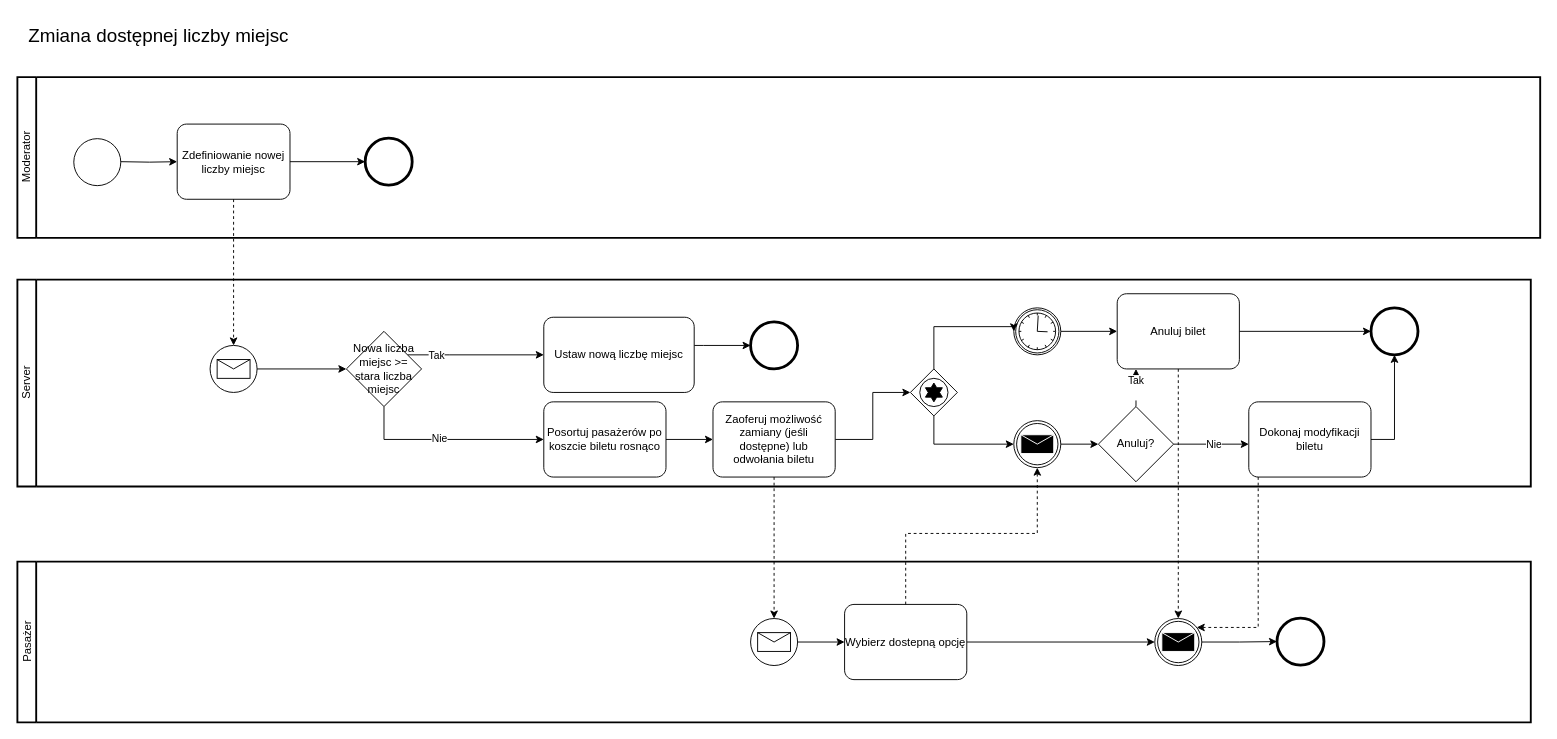
Earlier version of the draw.io diagram bpmnDiagrams/ZmianaLiczbyMIejsc.drawio (ajankowi/Mikrosystemy). Source tidied: cells renumbered, new cells numbered last; positions are measured from the earlier drawing's top-left corner, leaving out a move shared by most shapes. Both pictures are drawn from the tidied source at 94%, with x=0, y=0 at pixel (17, 16).
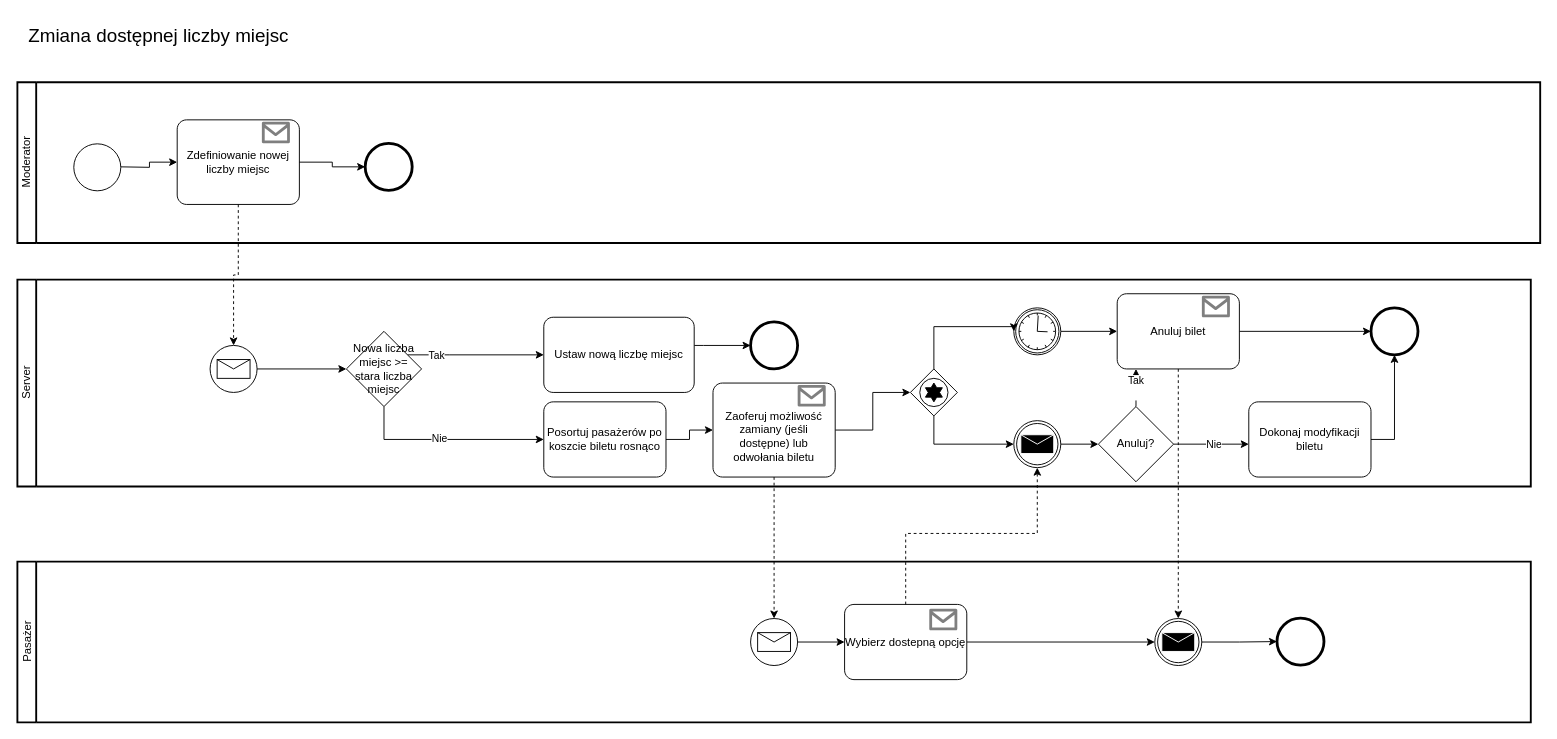
After the change.

Commit message:
update zmiana liczby miejsc

The change refers to these unchanged cells:
```xml
<mxCell id="9" value="Server" style="swimlane;html=1;startSize=20;fontStyle=0;horizontal=0;swimlaneLine=1;swimlaneFillColor=#ffffff;strokeWidth=2;" parent="1" vertex="1">
  <mxGeometry y="280" width="1610" height="220" as="geometry" />
</mxCell>
<mxCell id="35" value="Dokonaj modyfikacji biletu" style="points=[[0.25,0,0],[0.5,0,0],[0.75,0,0],[1,0.25,0],[1,0.5,0],[1,0.75,0],[0.75,1,0],[0.5,1,0],[0.25,1,0],[0,0.75,0],[0,0.5,0],[0,0.25,0]];shape=mxgraph.bpmn.task;whiteSpace=wrap;rectStyle=rounded;size=10;taskMarker=abstract;fontSize=12;" parent="9" vertex="1">
  <mxGeometry x="1310" y="130" width="130" height="80" as="geometry" />
</mxCell>
<mxCell id="42" value="Pasażer" style="swimlane;html=1;startSize=20;fontStyle=0;horizontal=0;swimlaneLine=1;swimlaneFillColor=#ffffff;strokeWidth=2;" parent="1" vertex="1">
  <mxGeometry y="580" width="1610" height="171" as="geometry" />
</mxCell>
<mxCell id="48" style="points=[[0.145,0.145,0],[0.5,0,0],[0.855,0.145,0],[1,0.5,0],[0.855,0.855,0],[0.5,1,0],[0.145,0.855,0],[0,0.5,0]];shape=mxgraph.bpmn.event;html=1;verticalLabelPosition=bottom;labelBackgroundColor=#ffffff;verticalAlign=top;align=center;perimeter=ellipsePerimeter;outlineConnect=0;outline=throwing;symbol=message;" parent="42" vertex="1">
  <mxGeometry x="1210" y="60.5" width="50" height="50" as="geometry" />
</mxCell>
```

The edit, as a diff of the source:
```diff
@@
     <mxCell id="2" value="Moderator" style="swimlane;html=1;startSize=20;fontStyle=0;horizontal=0;swimlaneLine=1;swimlaneFillColor=#ffffff;strokeWidth=2;" parent="1" vertex="1">
-      <mxGeometry y="64.5" width="1620" height="171" as="geometry" />
+      <mxGeometry y="70" width="1620" height="171" as="geometry" />
     </mxCell>
     <mxCell id="3" value="Zdefiniowanie nowej liczby miejsc" style="points=[[0.25,0,0],[0.5,0,0],[0.75,0,0],[1,0.25,0],[1,0.5,0],[1,0.75,0],[0.75,1,0],[0.5,1,0],[0.25,1,0],[0,0.75,0],[0,0.5,0],[0,0.25,0]];shape=mxgraph.bpmn.task;whiteSpace=wrap;rectStyle=rounded;size=10;taskMarker=abstract;fontSize=12;" parent="2" vertex="1">
-      <mxGeometry x="170" y="50" width="120" height="80" as="geometry" />
+      <mxGeometry x="170" y="40" width="130" height="90" as="geometry" />
     </mxCell>
@@
+    <mxCell id="55" style="verticalLabelPosition=bottom;html=1;verticalAlign=top;align=center;strokeColor=none;fillColor=#000000;shape=mxgraph.azure.message;" parent="2" vertex="1">
+      <mxGeometry x="260" y="42" width="30" height="23" as="geometry" />
+    </mxCell>
@@
-    <mxCell id="21" value="Zaoferuj możliwość zamiany (jeśli dostępne) lub odwołania biletu" style="points=[[0.25,0,0],[0.5,0,0],[0.75,0,0],[1,0.25,0],[1,0.5,0],[1,0.75,0],[0.75,1,0],[0.5,1,0],[0.25,1,0],[0,0.75,0],[0,0.5,0],[0,0.25,0]];shape=mxgraph.bpmn.task;whiteSpace=wrap;rectStyle=rounded;size=10;taskMarker=abstract;fontSize=12;" parent="9" vertex="1">
-      <mxGeometry x="740" y="130" width="130" height="80" as="geometry" />
+    <mxCell id="21" value="&#10;Zaoferuj możliwość zamiany (jeśli dostępne) lub odwołania biletu" style="points=[[0.25,0,0],[0.5,0,0],[0.75,0,0],[1,0.25,0],[1,0.5,0],[1,0.75,0],[0.75,1,0],[0.5,1,0],[0.25,1,0],[0,0.75,0],[0,0.5,0],[0,0.25,0]];shape=mxgraph.bpmn.task;whiteSpace=wrap;rectStyle=rounded;size=10;taskMarker=abstract;fontSize=12;" parent="9" vertex="1">
+      <mxGeometry x="740" y="110" width="130" height="100" as="geometry" />
     </mxCell>
@@
+    <mxCell id="56" style="verticalLabelPosition=bottom;html=1;verticalAlign=top;align=center;strokeColor=none;fillColor=#000000;shape=mxgraph.azure.message;" parent="9" vertex="1">
+      <mxGeometry x="830" y="112" width="30" height="23" as="geometry" />
+    </mxCell>
+    <mxCell id="57" style="verticalLabelPosition=bottom;html=1;verticalAlign=top;align=center;strokeColor=none;fillColor=#000000;shape=mxgraph.azure.message;" parent="9" vertex="1">
+      <mxGeometry x="1260" y="17" width="30" height="23" as="geometry" />
+    </mxCell>
@@
+    <mxCell id="58" style="verticalLabelPosition=bottom;html=1;verticalAlign=top;align=center;strokeColor=none;fillColor=#000000;shape=mxgraph.azure.message;" parent="42" vertex="1">
+      <mxGeometry x="970" y="50" width="30" height="23" as="geometry" />
+    </mxCell>
@@
-    <mxCell id="54" style="edgeStyle=orthogonalEdgeStyle;rounded=0;jettySize=auto;html=1;dashed=1;" parent="1" edge="1" source="35" target="48">
-      <mxGeometry relative="1" as="geometry">
-        <Array as="points">
-          <mxPoint x="1320" y="650" />
-        </Array>
-      </mxGeometry>
-    </mxCell>
```
